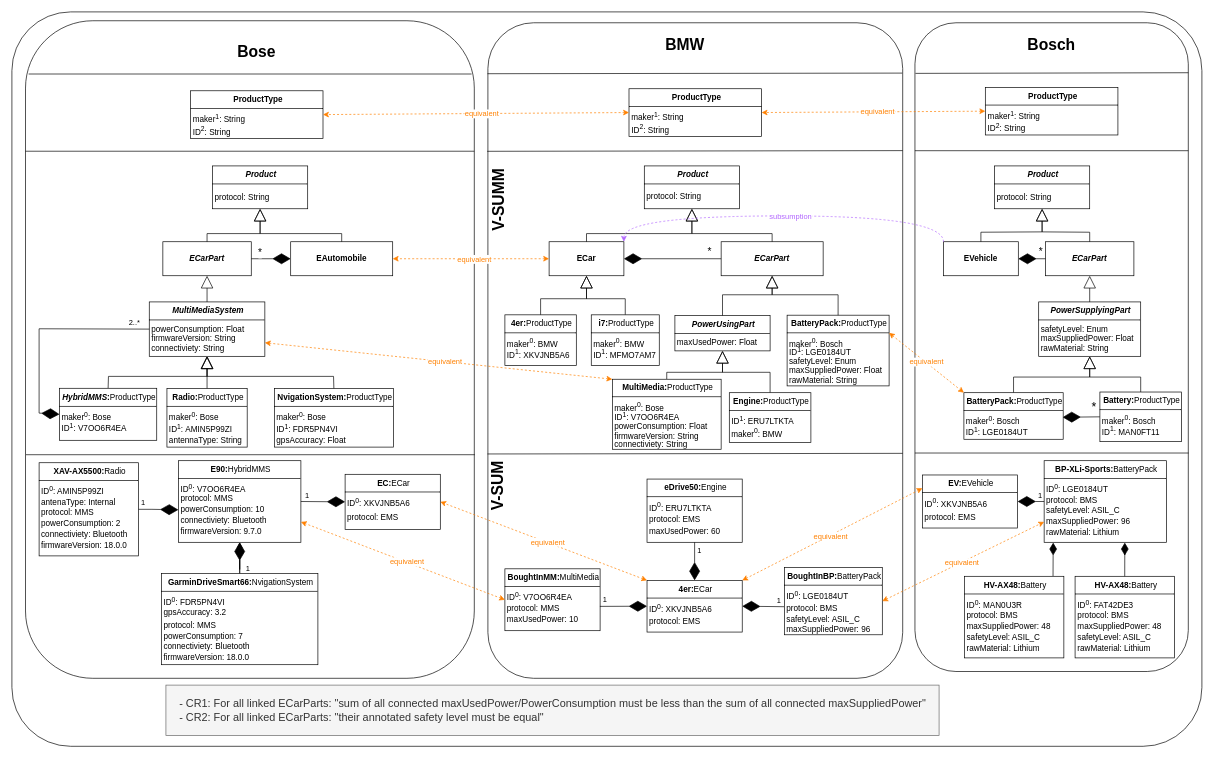
The draw.io diagram A02-MVE-Poster.drawio in Mohammad-Si/convide-A02-MVE, before the edit. Source tidied: cells renumbered, new cells numbered last; positions are measured from the earlier drawing's top-left corner, leaving out a move shared by most shapes. Both pictures are drawn from the tidied source at 68%, with x=0, y=0 at pixel (12, 12).
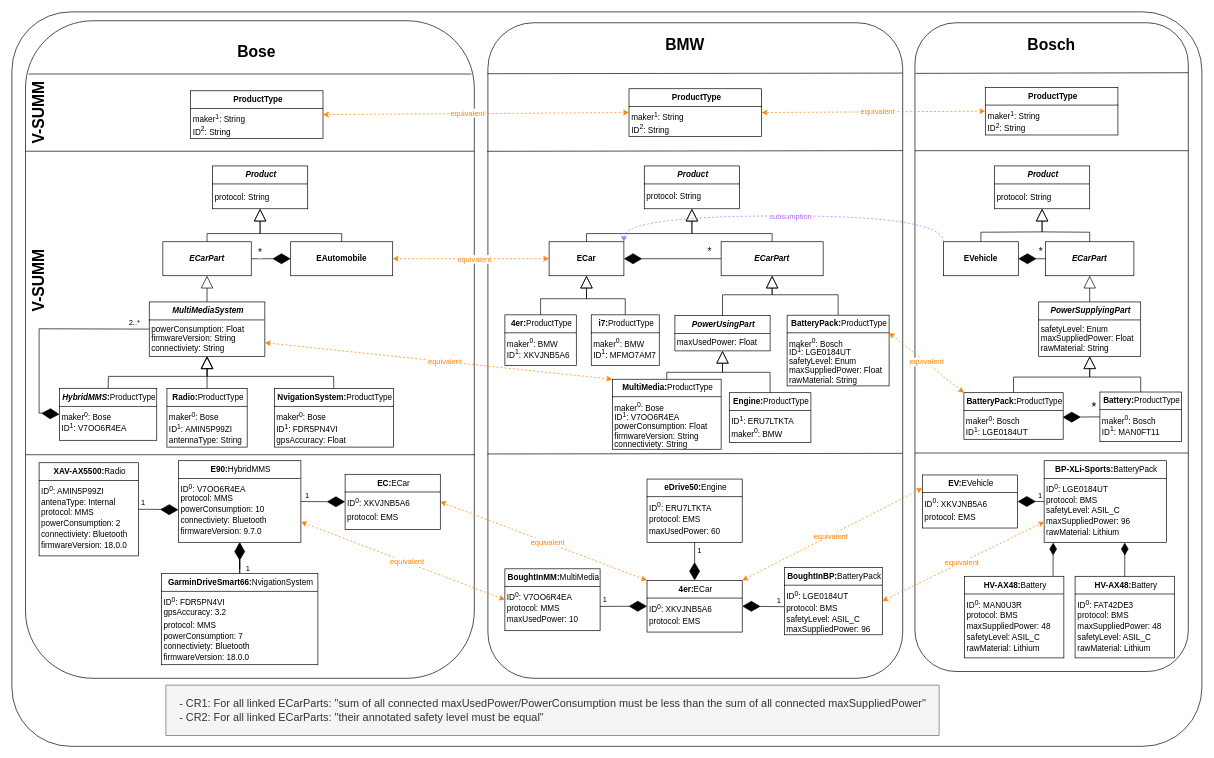
After the change.

Unchanged cells that the change refers to:
```xml
<mxCell id="120" style="rounded=0;jettySize=auto;html=1;entryX=1;entryY=0.5;entryDx=0;entryDy=0;exitX=0;exitY=0.5;exitDx=0;exitDy=0;startArrow=classic;startFill=1;dashed=1;fontColor=#FF8000;strokeColor=#FF8000;" parent="1" edge="1" source="59" target="87">
  <mxGeometry relative="1" as="geometry" />
</mxCell>
```

What changed in the source:
```diff
@@
-    <mxCell id="27" value="V-SUM" style="text;html=1;align=center;verticalAlign=middle;whiteSpace=wrap;rounded=0;fontStyle=1;fontSize=23;horizontal=0;" parent="1" vertex="1">
-      <mxGeometry x="700" y="647" width="30" height="100" as="geometry" />
-    </mxCell>
@@
-    <mxCell id="50" value="V-SUMM" style="text;html=1;align=center;verticalAlign=middle;whiteSpace=wrap;rounded=0;fontStyle=1;fontSize=23;horizontal=0;" parent="1" vertex="1">
-      <mxGeometry x="700" y="226.5" width="30" height="100" as="geometry" />
-    </mxCell>
@@
     <mxCell id="121" value="equivalent" style="edgeLabel;html=1;align=center;verticalAlign=middle;fontColor=#FF8000;" parent="120" vertex="1">
       <mxGeometry x="-0.03" relative="1" as="geometry">
-        <mxPoint x="1" as="offset" />
+        <mxPoint x="-20" y="-1" as="offset" />
       </mxGeometry>
     </mxCell>
@@
+    <mxCell id="124" value="&lt;span style=&quot;font-size: 23px; font-weight: 700;&quot;&gt;V-SUMM&lt;/span&gt;" style="text;html=1;align=center;verticalAlign=middle;whiteSpace=wrap;rounded=0;rotation=-90;" parent="1" vertex="1">
+      <mxGeometry x="-10" y="133" width="100" height="30" as="geometry" />
+    </mxCell>
+    <mxCell id="125" value="&lt;span style=&quot;font-size: 23px; font-weight: 700;&quot;&gt;V-SUMM&lt;/span&gt;" style="text;html=1;align=center;verticalAlign=middle;whiteSpace=wrap;rounded=0;rotation=-90;" parent="1" vertex="1">
+      <mxGeometry x="-10" y="380" width="100" height="30" as="geometry" />
+    </mxCell>
```
